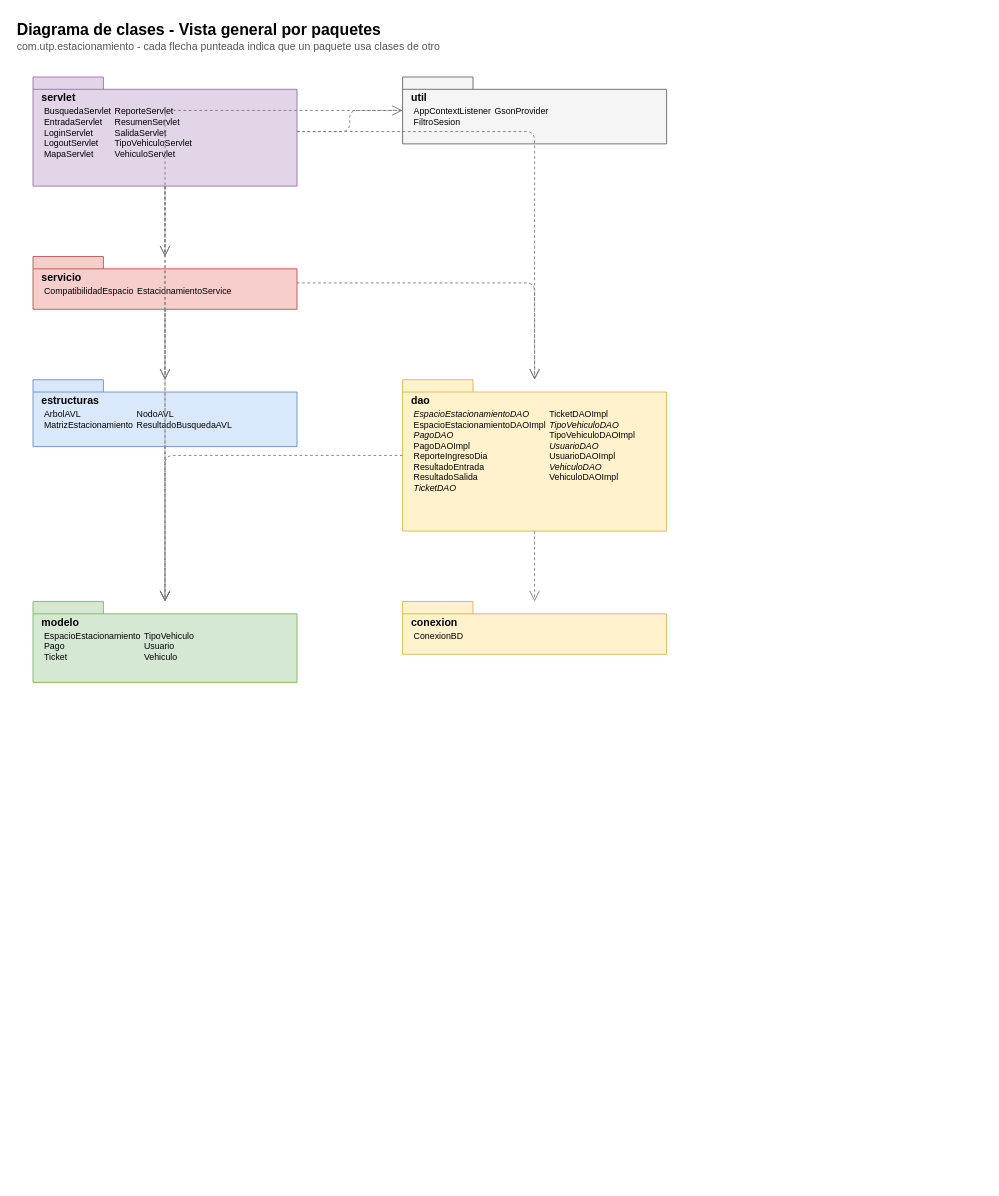
The draw.io diagram page "1. Vista general" (1 of 5) of docs/entregables/diagrama-clases.drawio in bryanG0D/Algoritmo-y-estructura-de-datos, before the edit. Source tidied: cells renumbered, new cells numbered last; positions are measured from the earlier drawing's top-left corner, leaving out a move shared by most shapes. Both pictures are drawn from the tidied source at 88%, with x=0, y=0 at pixel (15, 15).
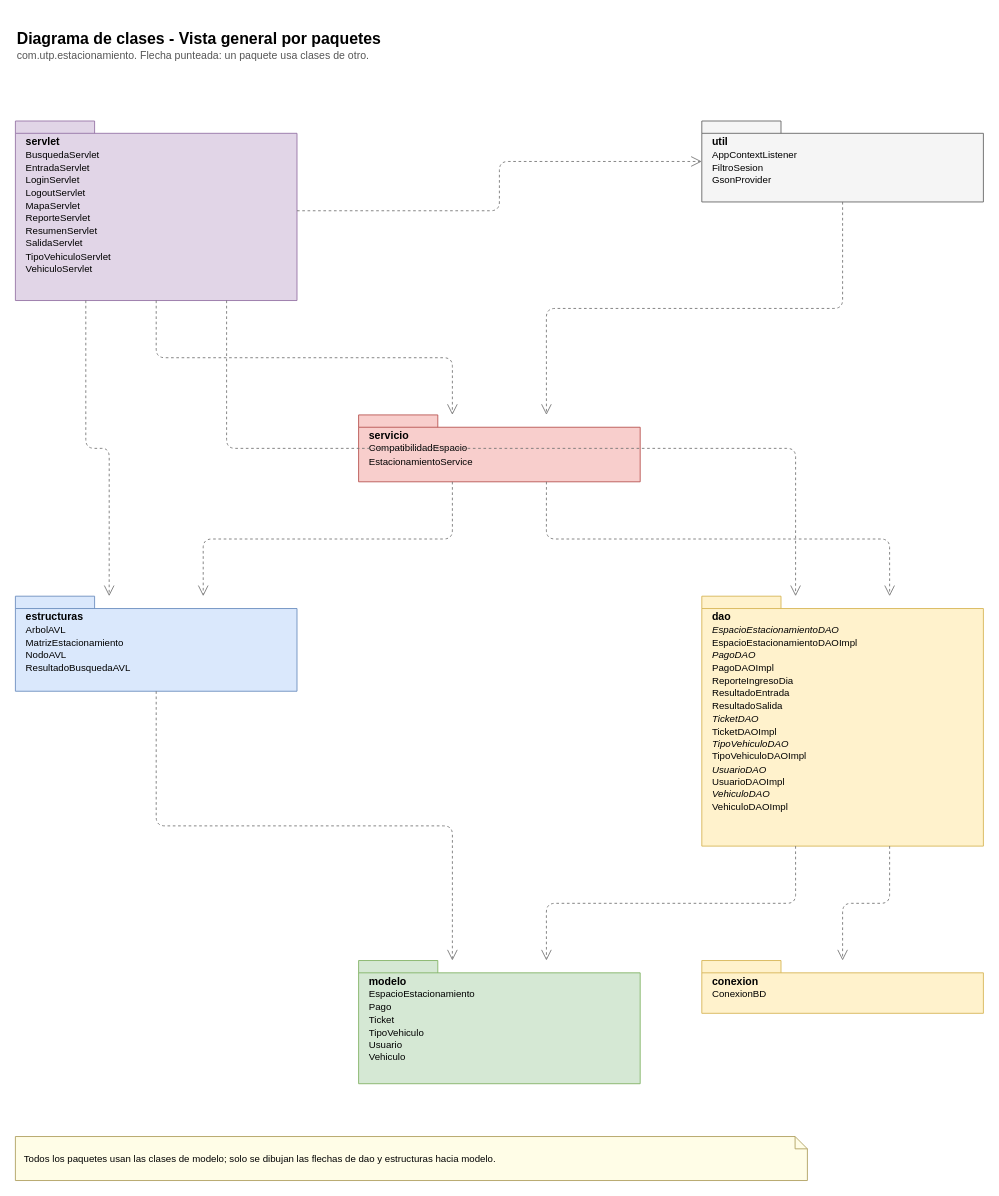
The same page after the edit.

Change to the diagram source:
```diff
@@
-    <mxCell id="2" value="&lt;b style=&quot;font-size:18px&quot;&gt;Diagrama de clases - Vista general por paquetes&lt;/b&gt;&lt;br&gt;&lt;span style=&quot;font-size:12px;color:#555&quot;&gt;com.utp.estacionamiento - cada flecha punteada indica que un paquete usa clases de otro&lt;/span&gt;" style="text;html=1;align=left;verticalAlign=top;" parent="1" vertex="1">
-      <mxGeometry width="900" height="50" as="geometry" />
+    <mxCell id="2" value="&lt;b style=&quot;font-size:18px&quot;&gt;Diagrama de clases - Vista general por paquetes&lt;/b&gt;&lt;br&gt;&lt;span style=&quot;font-size:12px;color:#555&quot;&gt;com.utp.estacionamiento. Flecha punteada: un paquete usa clases de otro.&lt;/span&gt;" style="text;html=1;align=left;verticalAlign=top;whiteSpace=wrap;" parent="1" vertex="1">
+      <mxGeometry y="10" width="1100" height="60" as="geometry" />
     </mxCell>
-    <mxCell id="3" value="&lt;b&gt;servlet&lt;/b&gt;&lt;table style=&quot;width:100%;font-size:10px&quot;&gt;&lt;tr&gt;&lt;td valign=&quot;top&quot;&gt;BusquedaServlet&lt;br&gt;EntradaServlet&lt;br&gt;LoginServlet&lt;br&gt;LogoutServlet&lt;br&gt;MapaServlet&lt;/td&gt;&lt;td valign=&quot;top&quot;&gt;ReporteServlet&lt;br&gt;ResumenServlet&lt;br&gt;SalidaServlet&lt;br&gt;TipoVehiculoServlet&lt;br&gt;VehiculoServlet&lt;/td&gt;&lt;/tr&gt;&lt;/table&gt;" style="shape=folder;fontStyle=0;spacingTop=10;tabWidth=80;tabHeight=14;tabPosition=left;html=1;whiteSpace=wrap;align=left;verticalAlign=top;spacingLeft=8;fillColor=#e1d5e7;strokeColor=#9673a6;" parent="1" vertex="1">
-      <mxGeometry x="20" y="70" width="300" height="124" as="geometry" />
+    <mxCell id="3" value="&lt;b&gt;servlet&lt;/b&gt;&lt;br&gt;&lt;font style=&quot;font-size:11px&quot;&gt;BusquedaServlet&lt;br&gt;EntradaServlet&lt;br&gt;LoginServlet&lt;br&gt;LogoutServlet&lt;br&gt;MapaServlet&lt;br&gt;ReporteServlet&lt;br&gt;ResumenServlet&lt;br&gt;SalidaServlet&lt;br&gt;TipoVehiculoServlet&lt;br&gt;VehiculoServlet&lt;/font&gt;" style="shape=folder;fontStyle=0;spacingTop=10;tabWidth=90;tabHeight=14;tabPosition=left;html=1;whiteSpace=wrap;align=left;verticalAlign=top;spacingLeft=10;fillColor=#e1d5e7;strokeColor=#9673a6;" parent="1" vertex="1">
+      <mxGeometry y="120" width="320" height="204" as="geometry" />
     </mxCell>
-    <mxCell id="4" value="&lt;b&gt;util&lt;/b&gt;&lt;table style=&quot;width:100%;font-size:10px&quot;&gt;&lt;tr&gt;&lt;td valign=&quot;top&quot;&gt;AppContextListener&lt;br&gt;FiltroSesion&lt;/td&gt;&lt;td valign=&quot;top&quot;&gt;GsonProvider&lt;/td&gt;&lt;/tr&gt;&lt;/table&gt;" style="shape=folder;fontStyle=0;spacingTop=10;tabWidth=80;tabHeight=14;tabPosition=left;html=1;whiteSpace=wrap;align=left;verticalAlign=top;spacingLeft=8;fillColor=#f5f5f5;strokeColor=#666666;" parent="1" vertex="1">
-      <mxGeometry x="440" y="70" width="300" height="76" as="geometry" />
+    <mxCell id="4" value="&lt;b&gt;util&lt;/b&gt;&lt;br&gt;&lt;font style=&quot;font-size:11px&quot;&gt;AppContextListener&lt;br&gt;FiltroSesion&lt;br&gt;GsonProvider&lt;/font&gt;" style="shape=folder;fontStyle=0;spacingTop=10;tabWidth=90;tabHeight=14;tabPosition=left;html=1;whiteSpace=wrap;align=left;verticalAlign=top;spacingLeft=10;fillColor=#f5f5f5;strokeColor=#666666;" parent="1" vertex="1">
+      <mxGeometry x="780" y="120" width="320" height="92" as="geometry" />
     </mxCell>
-    <mxCell id="5" value="&lt;b&gt;servicio&lt;/b&gt;&lt;table style=&quot;width:100%;font-size:10px&quot;&gt;&lt;tr&gt;&lt;td valign=&quot;top&quot;&gt;CompatibilidadEspacio&lt;/td&gt;&lt;td valign=&quot;top&quot;&gt;EstacionamientoService&lt;/td&gt;&lt;/tr&gt;&lt;/table&gt;" style="shape=folder;fontStyle=0;spacingTop=10;tabWidth=80;tabHeight=14;tabPosition=left;html=1;whiteSpace=wrap;align=left;verticalAlign=top;spacingLeft=8;fillColor=#f8cecc;strokeColor=#b85450;" parent="1" vertex="1">
-      <mxGeometry x="20" y="274" width="300" height="60" as="geometry" />
+    <mxCell id="5" value="&lt;b&gt;servicio&lt;/b&gt;&lt;br&gt;&lt;font style=&quot;font-size:11px&quot;&gt;CompatibilidadEspacio&lt;br&gt;EstacionamientoService&lt;/font&gt;" style="shape=folder;fontStyle=0;spacingTop=10;tabWidth=90;tabHeight=14;tabPosition=left;html=1;whiteSpace=wrap;align=left;verticalAlign=top;spacingLeft=10;fillColor=#f8cecc;strokeColor=#b85450;" parent="1" vertex="1">
+      <mxGeometry x="390" y="454" width="320" height="76" as="geometry" />
     </mxCell>
-    <mxCell id="6" value="&lt;b&gt;estructuras&lt;/b&gt;&lt;table style=&quot;width:100%;font-size:10px&quot;&gt;&lt;tr&gt;&lt;td valign=&quot;top&quot;&gt;ArbolAVL&lt;br&gt;MatrizEstacionamiento&lt;/td&gt;&lt;td valign=&quot;top&quot;&gt;NodoAVL&lt;br&gt;ResultadoBusquedaAVL&lt;/td&gt;&lt;/tr&gt;&lt;/table&gt;" style="shape=folder;fontStyle=0;spacingTop=10;tabWidth=80;tabHeight=14;tabPosition=left;html=1;whiteSpace=wrap;align=left;verticalAlign=top;spacingLeft=8;fillColor=#dae8fc;strokeColor=#6c8ebf;" parent="1" vertex="1">
-      <mxGeometry x="20" y="414" width="300" height="76" as="geometry" />
+    <mxCell id="6" value="&lt;b&gt;estructuras&lt;/b&gt;&lt;br&gt;&lt;font style=&quot;font-size:11px&quot;&gt;ArbolAVL&lt;br&gt;MatrizEstacionamiento&lt;br&gt;NodoAVL&lt;br&gt;ResultadoBusquedaAVL&lt;/font&gt;" style="shape=folder;fontStyle=0;spacingTop=10;tabWidth=90;tabHeight=14;tabPosition=left;html=1;whiteSpace=wrap;align=left;verticalAlign=top;spacingLeft=10;fillColor=#dae8fc;strokeColor=#6c8ebf;" parent="1" vertex="1">
+      <mxGeometry y="660" width="320" height="108" as="geometry" />
     </mxCell>
-    <mxCell id="7" value="&lt;b&gt;dao&lt;/b&gt;&lt;table style=&quot;width:100%;font-size:10px&quot;&gt;&lt;tr&gt;&lt;td valign=&quot;top&quot;&gt;&lt;i&gt;EspacioEstacionamientoDAO&lt;/i&gt;&lt;br&gt;EspacioEstacionamientoDAOImpl&lt;br&gt;&lt;i&gt;PagoDAO&lt;/i&gt;&lt;br&gt;PagoDAOImpl&lt;br&gt;ReporteIngresoDia&lt;br&gt;ResultadoEntrada&lt;br&gt;ResultadoSalida&lt;br&gt;&lt;i&gt;TicketDAO&lt;/i&gt;&lt;/td&gt;&lt;td valign=&quot;top&quot;&gt;TicketDAOImpl&lt;br&gt;&lt;i&gt;TipoVehiculoDAO&lt;/i&gt;&lt;br&gt;TipoVehiculoDAOImpl&lt;br&gt;&lt;i&gt;UsuarioDAO&lt;/i&gt;&lt;br&gt;UsuarioDAOImpl&lt;br&gt;&lt;i&gt;VehiculoDAO&lt;/i&gt;&lt;br&gt;VehiculoDAOImpl&lt;/td&gt;&lt;/tr&gt;&lt;/table&gt;" style="shape=folder;fontStyle=0;spacingTop=10;tabWidth=80;tabHeight=14;tabPosition=left;html=1;whiteSpace=wrap;align=left;verticalAlign=top;spacingLeft=8;fillColor=#fff2cc;strokeColor=#d6b656;" parent="1" vertex="1">
-      <mxGeometry x="440" y="414" width="300" height="172" as="geometry" />
+    <mxCell id="7" value="&lt;b&gt;dao&lt;/b&gt;&lt;br&gt;&lt;font style=&quot;font-size:11px&quot;&gt;&lt;i&gt;EspacioEstacionamientoDAO&lt;/i&gt;&lt;br&gt;EspacioEstacionamientoDAOImpl&lt;br&gt;&lt;i&gt;PagoDAO&lt;/i&gt;&lt;br&gt;PagoDAOImpl&lt;br&gt;ReporteIngresoDia&lt;br&gt;ResultadoEntrada&lt;br&gt;ResultadoSalida&lt;br&gt;&lt;i&gt;TicketDAO&lt;/i&gt;&lt;br&gt;TicketDAOImpl&lt;br&gt;&lt;i&gt;TipoVehiculoDAO&lt;/i&gt;&lt;br&gt;TipoVehiculoDAOImpl&lt;br&gt;&lt;i&gt;UsuarioDAO&lt;/i&gt;&lt;br&gt;UsuarioDAOImpl&lt;br&gt;&lt;i&gt;VehiculoDAO&lt;/i&gt;&lt;br&gt;VehiculoDAOImpl&lt;/font&gt;" style="shape=folder;fontStyle=0;spacingTop=10;tabWidth=90;tabHeight=14;tabPosition=left;html=1;whiteSpace=wrap;align=left;verticalAlign=top;spacingLeft=10;fillColor=#fff2cc;strokeColor=#d6b656;" parent="1" vertex="1">
+      <mxGeometry x="780" y="660" width="320" height="284" as="geometry" />
     </mxCell>
-    <mxCell id="8" value="&lt;b&gt;modelo&lt;/b&gt;&lt;table style=&quot;width:100%;font-size:10px&quot;&gt;&lt;tr&gt;&lt;td valign=&quot;top&quot;&gt;EspacioEstacionamiento&lt;br&gt;Pago&lt;br&gt;Ticket&lt;/td&gt;&lt;td valign=&quot;top&quot;&gt;TipoVehiculo&lt;br&gt;Usuario&lt;br&gt;Vehiculo&lt;/td&gt;&lt;/tr&gt;&lt;/table&gt;" style="shape=folder;fontStyle=0;spacingTop=10;tabWidth=80;tabHeight=14;tabPosition=left;html=1;whiteSpace=wrap;align=left;verticalAlign=top;spacingLeft=8;fillColor=#d5e8d4;strokeColor=#82b366;" parent="1" vertex="1">
-      <mxGeometry x="20" y="666" width="300" height="92" as="geometry" />
+    <mxCell id="8" value="&lt;b&gt;modelo&lt;/b&gt;&lt;br&gt;&lt;font style=&quot;font-size:11px&quot;&gt;EspacioEstacionamiento&lt;br&gt;Pago&lt;br&gt;Ticket&lt;br&gt;TipoVehiculo&lt;br&gt;Usuario&lt;br&gt;Vehiculo&lt;/font&gt;" style="shape=folder;fontStyle=0;spacingTop=10;tabWidth=90;tabHeight=14;tabPosition=left;html=1;whiteSpace=wrap;align=left;verticalAlign=top;spacingLeft=10;fillColor=#d5e8d4;strokeColor=#82b366;" parent="1" vertex="1">
+      <mxGeometry x="390" y="1074" width="320" height="140" as="geometry" />
     </mxCell>
-    <mxCell id="9" value="&lt;b&gt;conexion&lt;/b&gt;&lt;table style=&quot;width:100%;font-size:10px&quot;&gt;&lt;tr&gt;&lt;td valign=&quot;top&quot;&gt;ConexionBD&lt;/td&gt;&lt;td valign=&quot;top&quot;&gt;&lt;/td&gt;&lt;/tr&gt;&lt;/table&gt;" style="shape=folder;fontStyle=0;spacingTop=10;tabWidth=80;tabHeight=14;tabPosition=left;html=1;whiteSpace=wrap;align=left;verticalAlign=top;spacingLeft=8;fillColor=#fff2cc;strokeColor=#d6b656;" parent="1" vertex="1">
-      <mxGeometry x="440" y="666" width="300" height="60" as="geometry" />
+    <mxCell id="9" value="&lt;b&gt;conexion&lt;/b&gt;&lt;br&gt;&lt;font style=&quot;font-size:11px&quot;&gt;ConexionBD&lt;/font&gt;" style="shape=folder;fontStyle=0;spacingTop=10;tabWidth=90;tabHeight=14;tabPosition=left;html=1;whiteSpace=wrap;align=left;verticalAlign=top;spacingLeft=10;fillColor=#fff2cc;strokeColor=#d6b656;" parent="1" vertex="1">
+      <mxGeometry x="780" y="1074" width="320" height="60" as="geometry" />
     </mxCell>
-    <mxCell id="10" style="edgeStyle=orthogonalEdgeStyle;rounded=1;html=1;endArrow=open;endFill=0;endSize=10;dashed=1;strokeColor=#777777;" parent="1" edge="1" source="7" target="8">
+    <mxCell id="10" style="edgeStyle=orthogonalEdgeStyle;rounded=1;html=1;fontSize=10;exitX=1;exitY=0.5;exitDx=0;exitDy=0;entryX=0;entryY=0.5;entryDx=0;entryDy=0;endArrow=open;endFill=0;endSize=10;dashed=1;strokeColor=#777777;" parent="1" edge="1" source="3" target="4">
       <mxGeometry relative="1" as="geometry" />
     </mxCell>
-    <mxCell id="11" style="edgeStyle=orthogonalEdgeStyle;rounded=1;html=1;endArrow=open;endFill=0;endSize=10;dashed=1;strokeColor=#777777;" parent="1" edge="1" source="7" target="9">
+    <mxCell id="11" style="edgeStyle=orthogonalEdgeStyle;rounded=1;html=1;fontSize=10;exitX=0.5;exitY=1;exitDx=0;exitDy=0;entryX=0.333;entryY=0;entryDx=0;entryDy=0;endArrow=open;endFill=0;endSize=10;dashed=1;strokeColor=#777777;" parent="1" edge="1" source="3" target="5">
       <mxGeometry relative="1" as="geometry" />
     </mxCell>
-    <mxCell id="12" style="edgeStyle=orthogonalEdgeStyle;rounded=1;html=1;endArrow=open;endFill=0;endSize=10;dashed=1;strokeColor=#777777;" parent="1" edge="1" source="6" target="8">
+    <mxCell id="12" style="edgeStyle=orthogonalEdgeStyle;rounded=1;html=1;fontSize=10;exitX=0.25;exitY=1;exitDx=0;exitDy=0;entryX=0.333;entryY=0;entryDx=0;entryDy=0;endArrow=open;endFill=0;endSize=10;dashed=1;strokeColor=#777777;" parent="1" edge="1" source="3" target="6">
       <mxGeometry relative="1" as="geometry" />
     </mxCell>
-    <mxCell id="13" style="edgeStyle=orthogonalEdgeStyle;rounded=1;html=1;endArrow=open;endFill=0;endSize=10;dashed=1;strokeColor=#777777;" parent="1" edge="1" source="5" target="7">
+    <mxCell id="13" style="edgeStyle=orthogonalEdgeStyle;rounded=1;html=1;fontSize=10;exitX=0.75;exitY=1;exitDx=0;exitDy=0;entryX=0.333;entryY=0;entryDx=0;entryDy=0;endArrow=open;endFill=0;endSize=10;dashed=1;strokeColor=#777777;" parent="1" edge="1" source="3" target="7">
       <mxGeometry relative="1" as="geometry" />
     </mxCell>
-    <mxCell id="14" style="edgeStyle=orthogonalEdgeStyle;rounded=1;html=1;endArrow=open;endFill=0;endSize=10;dashed=1;strokeColor=#777777;" parent="1" edge="1" source="5" target="6">
+    <mxCell id="14" style="edgeStyle=orthogonalEdgeStyle;rounded=1;html=1;fontSize=10;exitX=0.5;exitY=1;exitDx=0;exitDy=0;entryX=0.667;entryY=0;entryDx=0;entryDy=0;endArrow=open;endFill=0;endSize=10;dashed=1;strokeColor=#777777;" parent="1" edge="1" source="4" target="5">
       <mxGeometry relative="1" as="geometry" />
     </mxCell>
-    <mxCell id="15" style="edgeStyle=orthogonalEdgeStyle;rounded=1;html=1;endArrow=open;endFill=0;endSize=10;dashed=1;strokeColor=#777777;" parent="1" edge="1" source="5" target="8">
+    <mxCell id="15" style="edgeStyle=orthogonalEdgeStyle;rounded=1;html=1;fontSize=10;exitX=0.333;exitY=1;exitDx=0;exitDy=0;entryX=0.667;entryY=0;entryDx=0;entryDy=0;endArrow=open;endFill=0;endSize=10;dashed=1;strokeColor=#777777;" parent="1" edge="1" source="5" target="6">
       <mxGeometry relative="1" as="geometry" />
     </mxCell>
-    <mxCell id="16" style="edgeStyle=orthogonalEdgeStyle;rounded=1;html=1;endArrow=open;endFill=0;endSize=10;dashed=1;strokeColor=#777777;" parent="1" edge="1" source="3" target="6">
+    <mxCell id="16" style="edgeStyle=orthogonalEdgeStyle;rounded=1;html=1;fontSize=10;exitX=0.667;exitY=1;exitDx=0;exitDy=0;entryX=0.667;entryY=0;entryDx=0;entryDy=0;endArrow=open;endFill=0;endSize=10;dashed=1;strokeColor=#777777;" parent="1" edge="1" source="5" target="7">
       <mxGeometry relative="1" as="geometry" />
     </mxCell>
-    <mxCell id="17" style="edgeStyle=orthogonalEdgeStyle;rounded=1;html=1;endArrow=open;endFill=0;endSize=10;dashed=1;strokeColor=#777777;" parent="1" edge="1" source="3" target="8">
+    <mxCell id="17" style="edgeStyle=orthogonalEdgeStyle;rounded=1;html=1;fontSize=10;exitX=0.5;exitY=1;exitDx=0;exitDy=0;entryX=0.333;entryY=0;entryDx=0;entryDy=0;endArrow=open;endFill=0;endSize=10;dashed=1;strokeColor=#777777;" parent="1" edge="1" source="6" target="8">
       <mxGeometry relative="1" as="geometry" />
     </mxCell>
-    <mxCell id="18" style="edgeStyle=orthogonalEdgeStyle;rounded=1;html=1;endArrow=open;endFill=0;endSize=10;dashed=1;strokeColor=#777777;" parent="1" edge="1" source="3" target="5">
+    <mxCell id="18" style="edgeStyle=orthogonalEdgeStyle;rounded=1;html=1;fontSize=10;exitX=0.333;exitY=1;exitDx=0;exitDy=0;entryX=0.667;entryY=0;entryDx=0;entryDy=0;endArrow=open;endFill=0;endSize=10;dashed=1;strokeColor=#777777;" parent="1" edge="1" source="7" target="8">
       <mxGeometry relative="1" as="geometry" />
     </mxCell>
-    <mxCell id="19" style="edgeStyle=orthogonalEdgeStyle;rounded=1;html=1;endArrow=open;endFill=0;endSize=10;dashed=1;strokeColor=#777777;" parent="1" edge="1" source="3" target="4">
+    <mxCell id="19" style="edgeStyle=orthogonalEdgeStyle;rounded=1;html=1;fontSize=10;exitX=0.667;exitY=1;exitDx=0;exitDy=0;entryX=0.5;entryY=0;entryDx=0;entryDy=0;endArrow=open;endFill=0;endSize=10;dashed=1;strokeColor=#777777;" parent="1" edge="1" source="7" target="9">
       <mxGeometry relative="1" as="geometry" />
     </mxCell>
-    <mxCell id="20" style="edgeStyle=orthogonalEdgeStyle;rounded=1;html=1;endArrow=open;endFill=0;endSize=10;dashed=1;strokeColor=#777777;" parent="1" edge="1" source="3" target="7">
-      <mxGeometry relative="1" as="geometry" />
-    </mxCell>
-    <mxCell id="21" style="edgeStyle=orthogonalEdgeStyle;rounded=1;html=1;endArrow=open;endFill=0;endSize=10;dashed=1;strokeColor=#777777;" parent="1" edge="1" source="4" target="5">
-      <mxGeometry relative="1" as="geometry" />
-    </mxCell>
+    <mxCell id="22" value="Todos los paquetes usan las clases de modelo; solo se dibujan las flechas de dao y estructuras hacia modelo." style="shape=note;whiteSpace=wrap;html=1;size=14;align=left;spacingLeft=8;fontSize=11;fillColor=#fffde7;strokeColor=#b0a060;" parent="1" vertex="1">
+      <mxGeometry y="1274" width="900" height="50" as="geometry" />
+    </mxCell>
```
